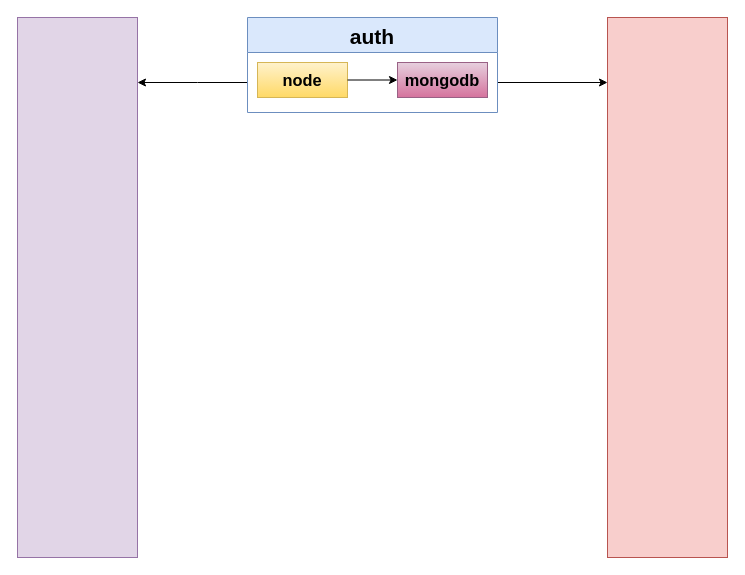
Above: Untitled Diagram.drawio in abdibaker/abdibaker (draw.io), before the change. Source tidied: cells renumbered, new cells numbered last; positions are measured from the earlier drawing's top-left corner, leaving out a move shared by most shapes. Both pictures are drawn from the tidied source at 100%, with x=0, y=0 at pixel (17, 17).
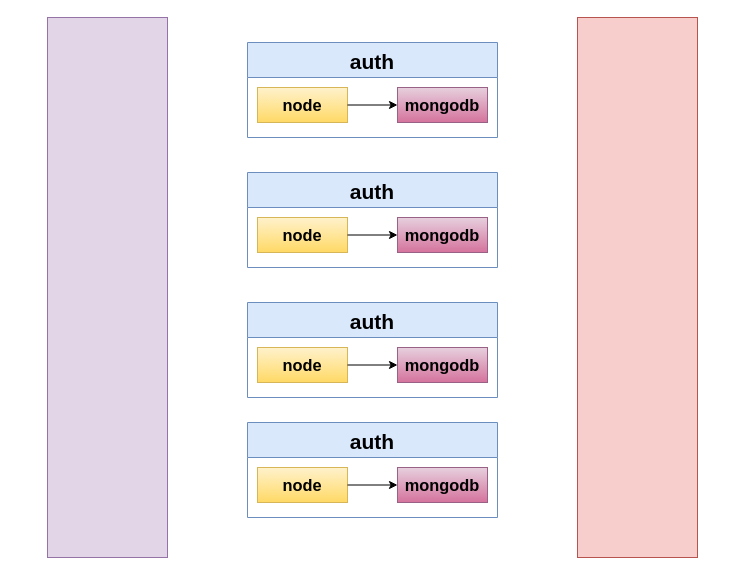
The same page after the edit.

Change to the diagram source:
```diff
@@
 <mxGraphModel background="#ffffff">
   <root>
     <mxCell id="0" />
     <mxCell id="1" parent="0" />
     <mxCell id="2" style="rounded=0;whiteSpace=wrap;html=1;fillColor=#e1d5e7;strokeColor=#9673a6;" parent="1" vertex="1">
-      <mxGeometry width="120" height="540" as="geometry" />
+      <mxGeometry x="30" width="120" height="540" as="geometry" />
     </mxCell>
-    <mxCell id="3" style="edgeStyle=orthogonalEdgeStyle;rounded=0;jettySize=auto;html=1;fontSize=21;startArrow=classic;startFill=1;endArrow=none;endFill=0;" parent="1" edge="1" source="4">
-      <mxGeometry relative="1" as="geometry">
-        <mxPoint x="480" y="65" as="targetPoint" />
-        <Array as="points">
-          <mxPoint x="480" y="65" />
-        </Array>
-      </mxGeometry>
-    </mxCell>
     <mxCell id="4" style="rounded=0;whiteSpace=wrap;html=1;fillColor=#f8cecc;strokeColor=#b85450;" parent="1" vertex="1">
-      <mxGeometry x="590" width="120" height="540" as="geometry" />
+      <mxGeometry x="560" width="120" height="540" as="geometry" />
     </mxCell>
-    <mxCell id="5" style="edgeStyle=orthogonalEdgeStyle;rounded=0;jettySize=auto;html=1;fontSize=21;" parent="1" edge="1" source="6" target="2">
-      <mxGeometry relative="1" as="geometry">
-        <Array as="points">
-          <mxPoint x="180" y="65" />
-          <mxPoint x="180" y="65" />
-        </Array>
-      </mxGeometry>
-    </mxCell>
     <mxCell id="6" value="auth" style="swimlane;startSize=35;fontSize=21;fillColor=#dae8fc;strokeColor=#6c8ebf;" parent="1" vertex="1">
-      <mxGeometry x="230" width="250" height="95" as="geometry" />
+      <mxGeometry x="230" y="25" width="250" height="95" as="geometry" />
     </mxCell>
     <mxCell id="7" value="&lt;h3&gt;node&lt;/h3&gt;" style="rounded=0;whiteSpace=wrap;html=1;fontSize=14;fillColor=#fff2cc;gradientColor=#ffd966;strokeColor=#d6b656;" parent="6" vertex="1">
       <mxGeometry x="10" y="45" width="90" height="35" as="geometry" />
     </mxCell>
     <mxCell id="8" style="edgeStyle=orthogonalEdgeStyle;rounded=0;jettySize=auto;html=1;fontSize=21;startArrow=classic;startFill=1;endArrow=none;endFill=0;" parent="6" edge="1" source="9" target="7">
       <mxGeometry relative="1" as="geometry" />
     </mxCell>
     <mxCell id="9" value="&lt;h3&gt;mongodb&lt;/h3&gt;" style="rounded=0;whiteSpace=wrap;html=1;fontSize=14;fillColor=#e6d0de;gradientColor=#d5739d;strokeColor=#996185;" parent="6" vertex="1">
       <mxGeometry x="150" y="45" width="90" height="35" as="geometry" />
     </mxCell>
+    <mxCell id="10" value="auth" style="swimlane;startSize=35;fontSize=21;fillColor=#dae8fc;strokeColor=#6c8ebf;" parent="1" vertex="1">
+      <mxGeometry x="230" y="155" width="250" height="95" as="geometry" />
+    </mxCell>
+    <mxCell id="11" value="&lt;h3&gt;node&lt;/h3&gt;" style="rounded=0;whiteSpace=wrap;html=1;fontSize=14;fillColor=#fff2cc;gradientColor=#ffd966;strokeColor=#d6b656;" parent="10" vertex="1">
+      <mxGeometry x="10" y="45" width="90" height="35" as="geometry" />
+    </mxCell>
+    <mxCell id="12" style="edgeStyle=orthogonalEdgeStyle;rounded=0;jettySize=auto;html=1;fontSize=21;startArrow=classic;startFill=1;endArrow=none;endFill=0;" parent="10" edge="1" source="13" target="11">
+      <mxGeometry relative="1" as="geometry" />
+    </mxCell>
+    <mxCell id="13" value="&lt;h3&gt;mongodb&lt;/h3&gt;" style="rounded=0;whiteSpace=wrap;html=1;fontSize=14;fillColor=#e6d0de;gradientColor=#d5739d;strokeColor=#996185;" parent="10" vertex="1">
+      <mxGeometry x="150" y="45" width="90" height="35" as="geometry" />
+    </mxCell>
+    <mxCell id="14" value="auth" style="swimlane;startSize=35;fontSize=21;fillColor=#dae8fc;strokeColor=#6c8ebf;" parent="1" vertex="1">
+      <mxGeometry x="230" y="285" width="250" height="95" as="geometry" />
+    </mxCell>
+    <mxCell id="15" value="&lt;h3&gt;node&lt;/h3&gt;" style="rounded=0;whiteSpace=wrap;html=1;fontSize=14;fillColor=#fff2cc;gradientColor=#ffd966;strokeColor=#d6b656;" parent="14" vertex="1">
+      <mxGeometry x="10" y="45" width="90" height="35" as="geometry" />
+    </mxCell>
+    <mxCell id="16" style="edgeStyle=orthogonalEdgeStyle;rounded=0;jettySize=auto;html=1;fontSize=21;startArrow=classic;startFill=1;endArrow=none;endFill=0;" parent="14" edge="1" source="17" target="15">
+      <mxGeometry relative="1" as="geometry" />
+    </mxCell>
+    <mxCell id="17" value="&lt;h3&gt;mongodb&lt;/h3&gt;" style="rounded=0;whiteSpace=wrap;html=1;fontSize=14;fillColor=#e6d0de;gradientColor=#d5739d;strokeColor=#996185;" parent="14" vertex="1">
+      <mxGeometry x="150" y="45" width="90" height="35" as="geometry" />
+    </mxCell>
+    <mxCell id="18" value="auth" style="swimlane;startSize=35;fontSize=21;fillColor=#dae8fc;strokeColor=#6c8ebf;" parent="1" vertex="1">
+      <mxGeometry x="230" y="405" width="250" height="95" as="geometry" />
+    </mxCell>
+    <mxCell id="19" value="&lt;h3&gt;node&lt;/h3&gt;" style="rounded=0;whiteSpace=wrap;html=1;fontSize=14;fillColor=#fff2cc;gradientColor=#ffd966;strokeColor=#d6b656;" parent="18" vertex="1">
+      <mxGeometry x="10" y="45" width="90" height="35" as="geometry" />
+    </mxCell>
+    <mxCell id="20" style="edgeStyle=orthogonalEdgeStyle;rounded=0;jettySize=auto;html=1;fontSize=21;startArrow=classic;startFill=1;endArrow=none;endFill=0;" parent="18" edge="1" source="21" target="19">
+      <mxGeometry relative="1" as="geometry" />
+    </mxCell>
+    <mxCell id="21" value="&lt;h3&gt;mongodb&lt;/h3&gt;" style="rounded=0;whiteSpace=wrap;html=1;fontSize=14;fillColor=#e6d0de;gradientColor=#d5739d;strokeColor=#996185;" parent="18" vertex="1">
+      <mxGeometry x="150" y="45" width="90" height="35" as="geometry" />
+    </mxCell>
   </root>
 </mxGraphModel>
```
